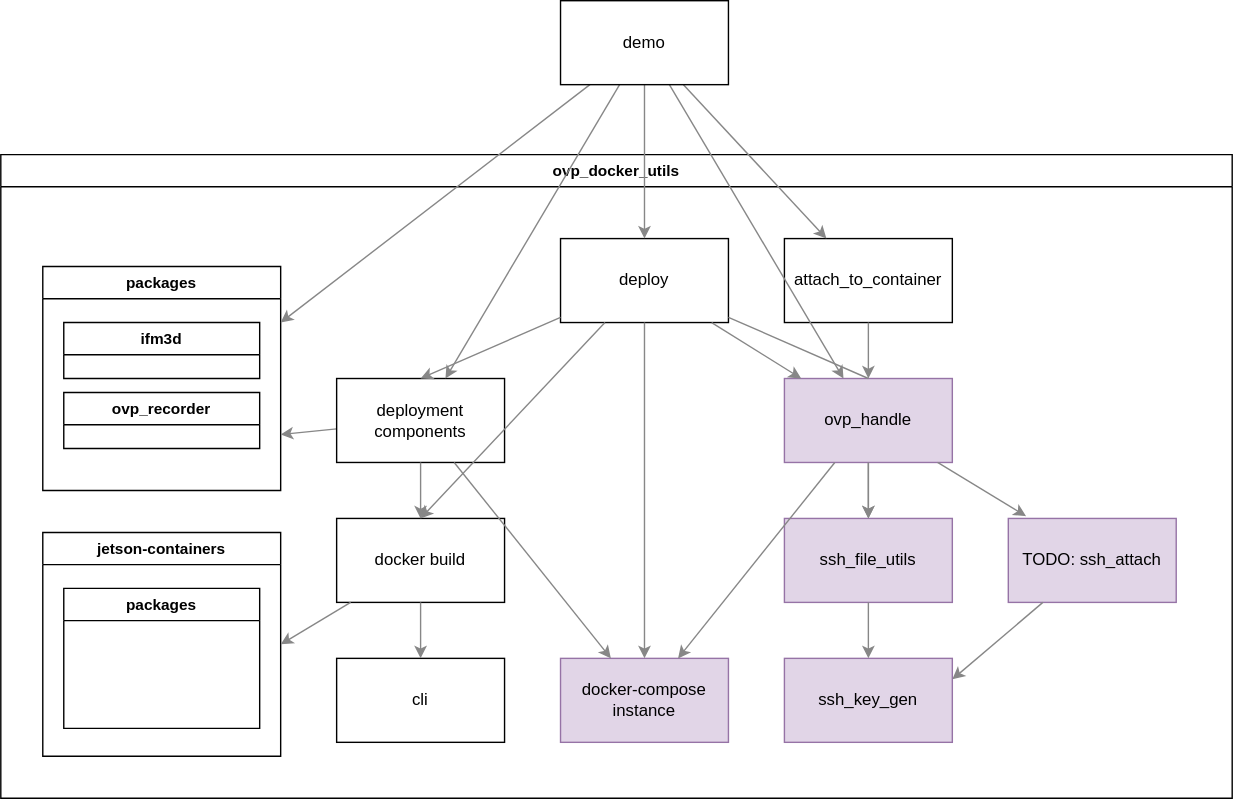
Before: ovp8xx/docker/images/utils_dependencies.drawio.svg, a diagram exported from draw.io (ifm/ifm3d-examples). Source tidied: cells renumbered, new cells last; positions are measured from the earlier drawing's top-left corner, leaving out a move shared by most shapes.
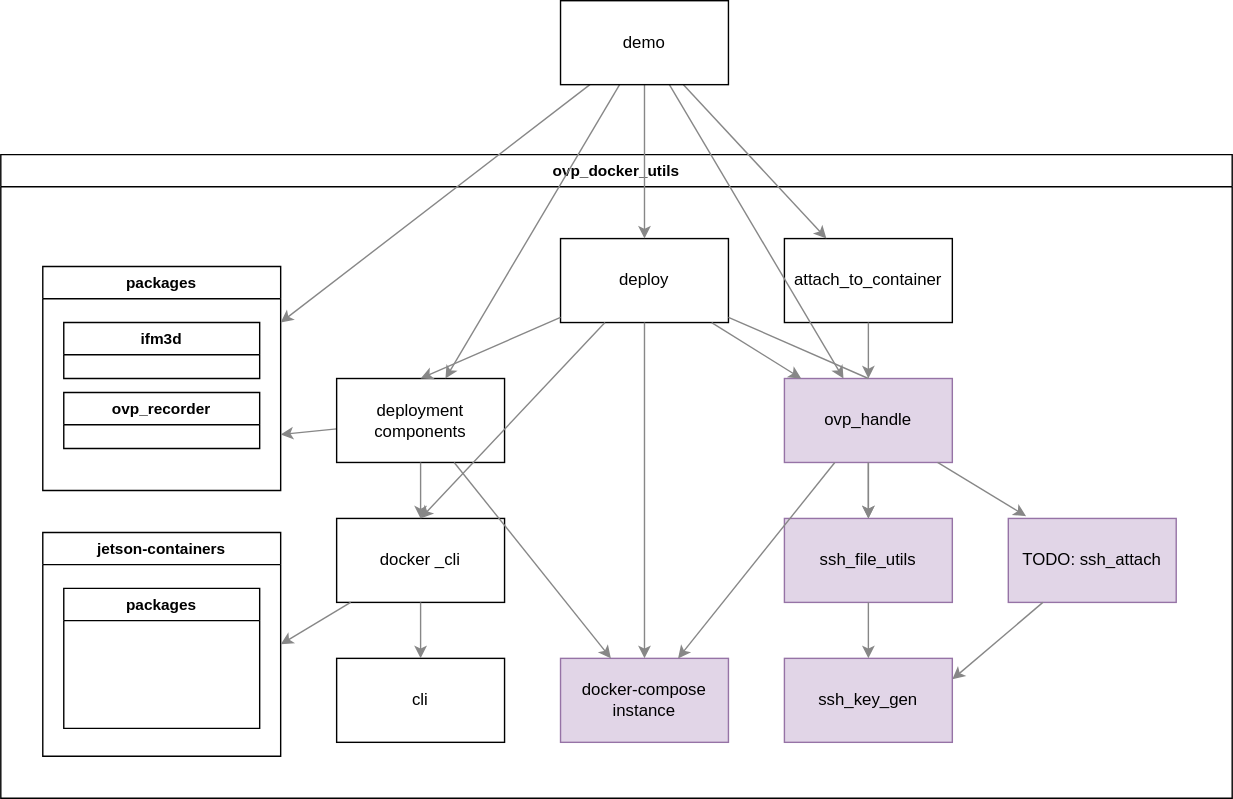
Above is the later version.

The edit, as a diff of the source:
```diff
@@ -44,7 +44,7 @@
     <mxCell id="15" value="deployment&lt;br&gt;components" style="rounded=0;whiteSpace=wrap;html=1;" parent="2" vertex="1">
       <mxGeometry x="240" y="160" width="120" height="60" as="geometry" />
     </mxCell>
-    <mxCell id="16" value="docker build" style="rounded=0;whiteSpace=wrap;html=1;" parent="2" vertex="1">
+    <mxCell id="16" value="docker _cli" style="rounded=0;whiteSpace=wrap;html=1;" parent="2" vertex="1">
       <mxGeometry x="240" y="260" width="120" height="60" as="geometry" />
     </mxCell>
     <mxCell id="17" style="edgeStyle=none;html=1;fillColor=#f5f5f5;strokeColor=#878787;" parent="2" edge="1" source="15" target="16">
```
